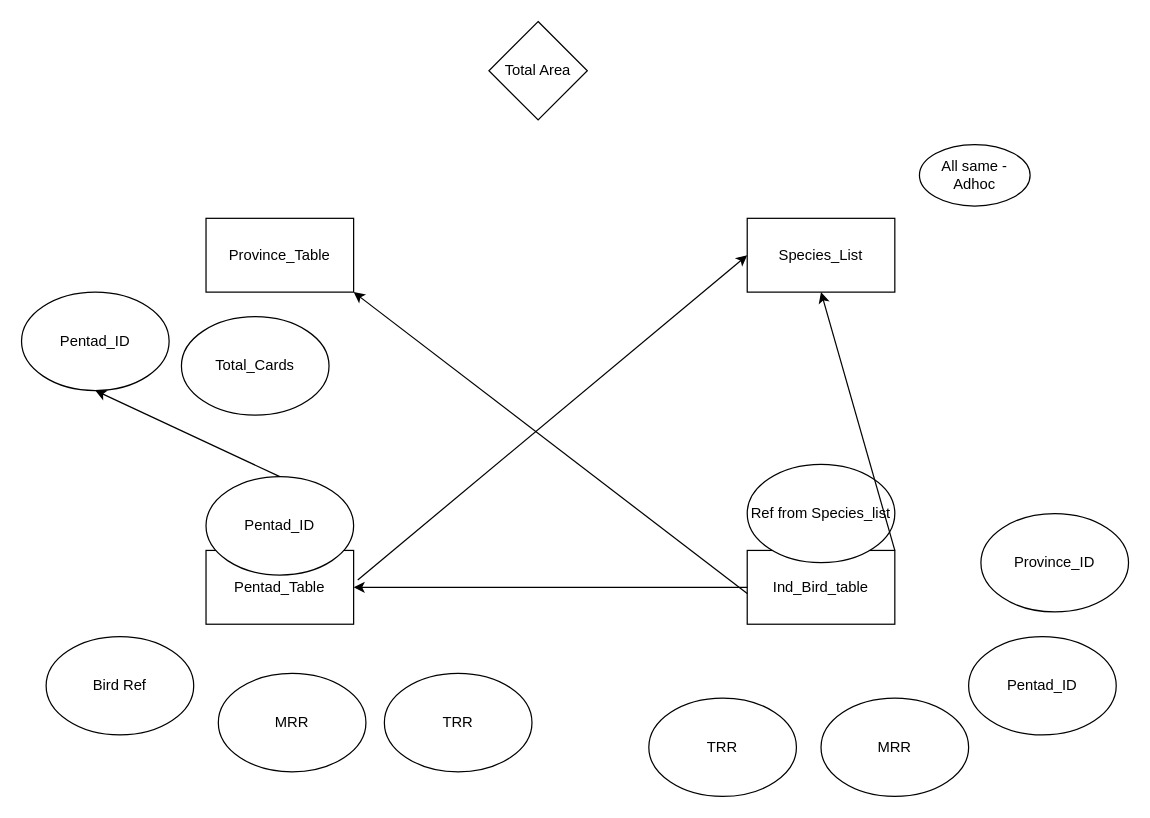
This is doc/DatabaseERD/databaseRedesignSketch.drawio from COS301-SE-2024/BeakPeek, a draw.io file, before an edit. Source tidied: cells renumbered, new cells numbered last; positions are measured from the earlier drawing's top-left corner, leaving out a move shared by most shapes. Both pictures are drawn from the tidied source at 123%, with x=0, y=0 at pixel (21, 21).
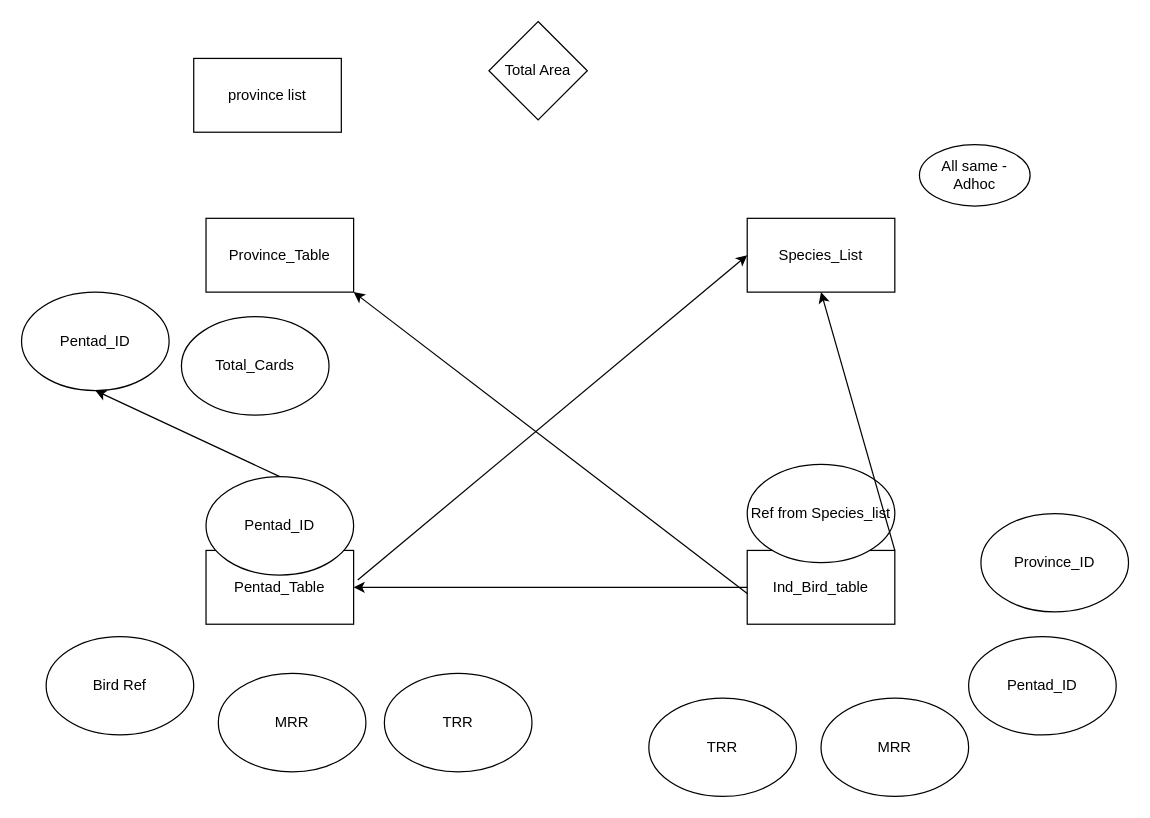
After the change.

Change to the diagram source:
```diff
@@
+    <mxCell id="24" value="province list" style="rounded=0;whiteSpace=wrap;html=1;" parent="1" vertex="1">
+      <mxGeometry x="140" y="30" width="120" height="60" as="geometry" />
+    </mxCell>
```
